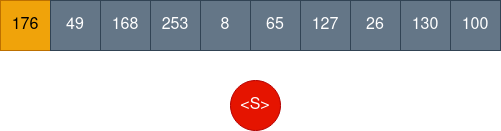
klukas17/bachelor-thesis keeps this draw.io diagram as paper/images/parsing_tree_01.png. Above is the earlier version. Source tidied: cells renumbered, new cells last; positions are measured from the earlier drawing's top-left corner, leaving out a move shared by most shapes. Its diagram source:
```xml
<mxGraphModel>
  <root>
    <mxCell id="0" />
    <mxCell id="1" parent="0" />
    <mxCell id="2" value="&lt;font style=&quot;font-size: 16px;&quot;&gt;&amp;lt;S&amp;gt;&lt;/font&gt;" style="ellipse;whiteSpace=wrap;html=1;fillColor=#e51400;fontColor=#ffffff;strokeColor=#B20000;" parent="1" vertex="1">
      <mxGeometry x="230" y="80" width="50" height="50" as="geometry" />
    </mxCell>
    <mxCell id="3" value="&lt;font style=&quot;font-size: 16px;&quot;&gt;176&lt;/font&gt;" style="rounded=0;whiteSpace=wrap;html=1;fillColor=#f0a30a;strokeColor=#BD7000;fontColor=#000000;" parent="1" vertex="1">
      <mxGeometry width="50" height="50" as="geometry" />
    </mxCell>
    <mxCell id="4" value="&lt;font style=&quot;font-size: 16px;&quot;&gt;49&lt;/font&gt;" style="rounded=0;whiteSpace=wrap;html=1;fillColor=#647687;strokeColor=#314354;fontColor=#ffffff;" parent="1" vertex="1">
      <mxGeometry x="50" width="50" height="50" as="geometry" />
    </mxCell>
    <mxCell id="5" value="&lt;font style=&quot;font-size: 16px;&quot;&gt;168&lt;/font&gt;" style="rounded=0;whiteSpace=wrap;html=1;fillColor=#647687;fontColor=#ffffff;strokeColor=#314354;" parent="1" vertex="1">
      <mxGeometry x="100" width="50" height="50" as="geometry" />
    </mxCell>
    <mxCell id="6" value="&lt;font style=&quot;font-size: 16px;&quot;&gt;253&lt;/font&gt;" style="rounded=0;whiteSpace=wrap;html=1;fillColor=#647687;fontColor=#ffffff;strokeColor=#314354;" parent="1" vertex="1">
      <mxGeometry x="150" width="50" height="50" as="geometry" />
    </mxCell>
    <mxCell id="7" value="&lt;font style=&quot;font-size: 16px;&quot;&gt;8&lt;/font&gt;" style="rounded=0;whiteSpace=wrap;html=1;fillColor=#647687;fontColor=#ffffff;strokeColor=#314354;" parent="1" vertex="1">
      <mxGeometry x="200" width="50" height="50" as="geometry" />
    </mxCell>
    <mxCell id="8" value="&lt;font style=&quot;font-size: 16px;&quot;&gt;65&lt;/font&gt;" style="rounded=0;whiteSpace=wrap;html=1;fillColor=#647687;fontColor=#ffffff;strokeColor=#314354;" parent="1" vertex="1">
      <mxGeometry x="250" width="50" height="50" as="geometry" />
    </mxCell>
    <mxCell id="9" value="&lt;font style=&quot;font-size: 16px;&quot;&gt;127&lt;/font&gt;" style="rounded=0;whiteSpace=wrap;html=1;fillColor=#647687;fontColor=#ffffff;strokeColor=#314354;" parent="1" vertex="1">
      <mxGeometry x="300" width="50" height="50" as="geometry" />
    </mxCell>
    <mxCell id="10" value="&lt;font style=&quot;font-size: 16px;&quot;&gt;26&lt;/font&gt;" style="rounded=0;whiteSpace=wrap;html=1;fillColor=#647687;fontColor=#ffffff;strokeColor=#314354;" parent="1" vertex="1">
      <mxGeometry x="350" width="50" height="50" as="geometry" />
    </mxCell>
    <mxCell id="11" value="&lt;font style=&quot;font-size: 16px;&quot;&gt;130&lt;/font&gt;" style="rounded=0;whiteSpace=wrap;html=1;fillColor=#647687;fontColor=#ffffff;strokeColor=#314354;" parent="1" vertex="1">
      <mxGeometry x="400" width="50" height="50" as="geometry" />
    </mxCell>
    <mxCell id="12" value="&lt;font style=&quot;font-size: 16px;&quot;&gt;100&lt;/font&gt;" style="rounded=0;whiteSpace=wrap;html=1;fillColor=#647687;strokeColor=#314354;fontColor=#ffffff;" parent="1" vertex="1">
      <mxGeometry x="450" width="50" height="50" as="geometry" />
    </mxCell>
  </root>
</mxGraphModel>
```
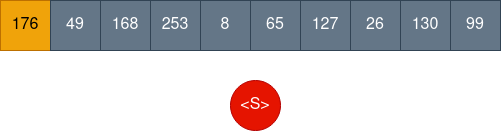
After the change.

Diff of the diagram source:
```diff
@@ -32,7 +32,7 @@
     <mxCell id="11" value="&lt;font style=&quot;font-size: 16px;&quot;&gt;130&lt;/font&gt;" style="rounded=0;whiteSpace=wrap;html=1;fillColor=#647687;fontColor=#ffffff;strokeColor=#314354;" parent="1" vertex="1">
       <mxGeometry x="400" width="50" height="50" as="geometry" />
     </mxCell>
-    <mxCell id="12" value="&lt;font style=&quot;font-size: 16px;&quot;&gt;100&lt;/font&gt;" style="rounded=0;whiteSpace=wrap;html=1;fillColor=#647687;strokeColor=#314354;fontColor=#ffffff;" parent="1" vertex="1">
+    <mxCell id="12" value="&lt;font style=&quot;font-size: 16px;&quot;&gt;99&lt;/font&gt;" style="rounded=0;whiteSpace=wrap;html=1;fillColor=#647687;strokeColor=#314354;fontColor=#ffffff;" parent="1" vertex="1">
       <mxGeometry x="450" width="50" height="50" as="geometry" />
     </mxCell>
   </root>
```
